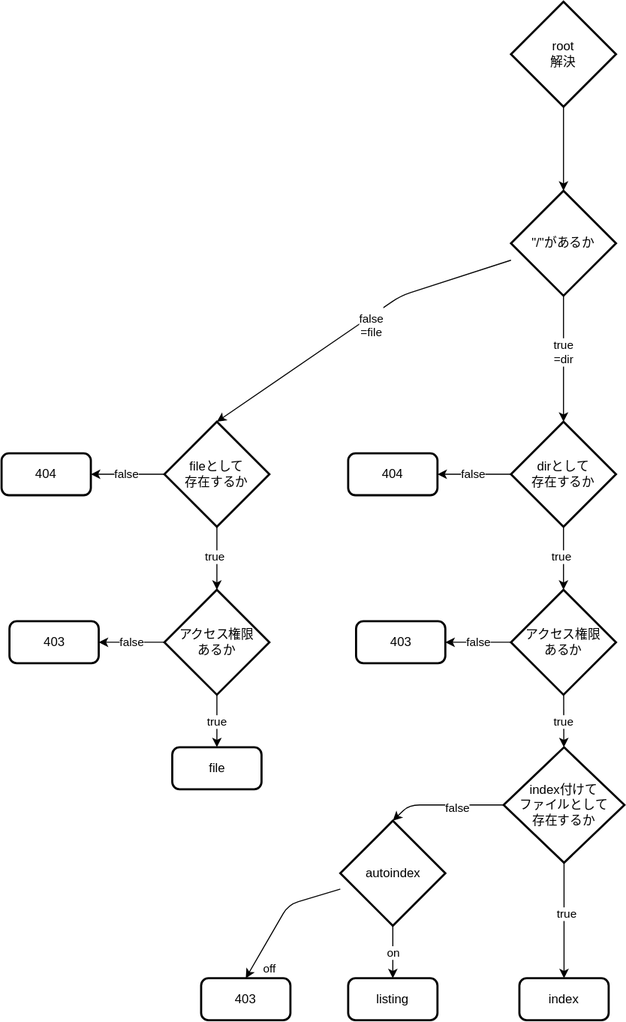
kohkubo/webserv keeps this draw.io diagram as drawing/autoindex.drawio.svg. Above is the earlier version. Source tidied: cells renumbered, new cells last; positions are measured from the earlier drawing's top-left corner, leaving out a move shared by most shapes. Its diagram source:
```xml
<mxGraphModel>
  <root>
    <mxCell id="0" />
    <mxCell id="1" parent="0" />
    <mxCell id="2" style="edgeStyle=none;html=1;entryX=0.5;entryY=0;entryDx=0;entryDy=0;entryPerimeter=0;" parent="1" edge="1" source="6" target="24">
      <mxGeometry relative="1" as="geometry" />
    </mxCell>
    <mxCell id="3" value="true&lt;br&gt;=dir" style="edgeLabel;html=1;align=center;verticalAlign=middle;" parent="2" vertex="1">
      <mxGeometry x="-0.12" y="-1" relative="1" as="geometry" />
    </mxCell>
    <mxCell id="4" style="edgeStyle=none;html=1;entryX=0.5;entryY=0;entryDx=0;entryDy=0;entryPerimeter=0;" parent="1" edge="1" source="6" target="34">
      <mxGeometry relative="1" as="geometry">
        <Array as="points">
          <mxPoint x="380" y="280" />
        </Array>
      </mxGeometry>
    </mxCell>
    <mxCell id="5" value="&lt;br&gt;false&lt;br&gt;=file" style="edgeLabel;html=1;align=center;verticalAlign=middle;" parent="4" vertex="1">
      <mxGeometry x="-0.1" y="1" relative="1" as="geometry" />
    </mxCell>
    <mxCell id="6" value="&quot;/&quot;があるか" style="strokeWidth=2;html=1;shape=mxgraph.flowchart.decision;whiteSpace=wrap;" parent="1" vertex="1">
      <mxGeometry x="485" y="180" width="100" height="100" as="geometry" />
    </mxCell>
    <mxCell id="7" style="edgeStyle=none;html=1;entryX=0.5;entryY=0;entryDx=0;entryDy=0;entryPerimeter=0;exitX=0;exitY=0.5;exitDx=0;exitDy=0;exitPerimeter=0;" parent="1" edge="1" source="11" target="15">
      <mxGeometry relative="1" as="geometry">
        <Array as="points">
          <mxPoint x="388" y="765" />
        </Array>
      </mxGeometry>
    </mxCell>
    <mxCell id="8" value="false" style="edgeLabel;html=1;align=center;verticalAlign=middle;" parent="7" vertex="1">
      <mxGeometry x="-0.21" y="2" relative="1" as="geometry" />
    </mxCell>
    <mxCell id="9" style="edgeStyle=none;html=1;entryX=0.5;entryY=0;entryDx=0;entryDy=0;" parent="1" edge="1" source="11" target="18">
      <mxGeometry relative="1" as="geometry" />
    </mxCell>
    <mxCell id="10" value="true" style="edgeLabel;html=1;align=center;verticalAlign=middle;" parent="9" vertex="1">
      <mxGeometry x="-0.11" y="2" relative="1" as="geometry" />
    </mxCell>
    <mxCell id="11" value="index付けて&lt;br&gt;ファイルとして&lt;br&gt;存在するか" style="strokeWidth=2;html=1;shape=mxgraph.flowchart.decision;whiteSpace=wrap;" parent="1" vertex="1">
      <mxGeometry x="478" y="710" width="115" height="110" as="geometry" />
    </mxCell>
    <mxCell id="12" value="on" style="edgeStyle=none;html=1;entryX=0.5;entryY=0;entryDx=0;entryDy=0;" parent="1" edge="1" source="15" target="16">
      <mxGeometry relative="1" as="geometry" />
    </mxCell>
    <mxCell id="13" style="edgeStyle=none;html=1;entryX=0.5;entryY=0;entryDx=0;entryDy=0;" parent="1" edge="1" source="15" target="17">
      <mxGeometry relative="1" as="geometry">
        <Array as="points">
          <mxPoint x="273" y="860" />
        </Array>
      </mxGeometry>
    </mxCell>
    <mxCell id="14" value="off" style="edgeLabel;html=1;align=center;verticalAlign=middle;" parent="13" vertex="1">
      <mxGeometry x="0.36" relative="1" as="geometry">
        <mxPoint y="27" as="offset" />
      </mxGeometry>
    </mxCell>
    <mxCell id="15" value="autoindex" style="strokeWidth=2;html=1;shape=mxgraph.flowchart.decision;whiteSpace=wrap;" parent="1" vertex="1">
      <mxGeometry x="322.5" y="780" width="100" height="100" as="geometry" />
    </mxCell>
    <mxCell id="16" value="listing" style="rounded=1;whiteSpace=wrap;html=1;absoluteArcSize=1;arcSize=14;strokeWidth=2;" parent="1" vertex="1">
      <mxGeometry x="330" y="930" width="85" height="40" as="geometry" />
    </mxCell>
    <mxCell id="17" value="403" style="rounded=1;whiteSpace=wrap;html=1;absoluteArcSize=1;arcSize=14;strokeWidth=2;" parent="1" vertex="1">
      <mxGeometry x="190" y="930" width="85" height="40" as="geometry" />
    </mxCell>
    <mxCell id="18" value="index" style="rounded=1;whiteSpace=wrap;html=1;absoluteArcSize=1;arcSize=14;strokeWidth=2;" parent="1" vertex="1">
      <mxGeometry x="493" y="930" width="85" height="40" as="geometry" />
    </mxCell>
    <mxCell id="19" style="edgeStyle=none;html=1;entryX=0.5;entryY=0;entryDx=0;entryDy=0;entryPerimeter=0;" parent="1" edge="1" source="20" target="6">
      <mxGeometry relative="1" as="geometry" />
    </mxCell>
    <mxCell id="20" value="root&lt;br&gt;解決" style="strokeWidth=2;html=1;shape=mxgraph.flowchart.decision;whiteSpace=wrap;" parent="1" vertex="1">
      <mxGeometry x="485" width="100" height="100" as="geometry" />
    </mxCell>
    <mxCell id="21" style="edgeStyle=none;html=1;entryX=0.5;entryY=0;entryDx=0;entryDy=0;entryPerimeter=0;" parent="1" edge="1" source="24" target="29">
      <mxGeometry relative="1" as="geometry" />
    </mxCell>
    <mxCell id="22" value="true" style="edgeLabel;html=1;align=center;verticalAlign=middle;" parent="21" vertex="1">
      <mxGeometry x="-0.12" y="-3" relative="1" as="geometry">
        <mxPoint y="1" as="offset" />
      </mxGeometry>
    </mxCell>
    <mxCell id="23" value="false" style="edgeStyle=none;html=1;" parent="1" edge="1" source="24" target="25">
      <mxGeometry relative="1" as="geometry" />
    </mxCell>
    <mxCell id="24" value="dirとして&lt;br&gt;存在するか" style="strokeWidth=2;html=1;shape=mxgraph.flowchart.decision;whiteSpace=wrap;" parent="1" vertex="1">
      <mxGeometry x="485" y="400" width="100" height="100" as="geometry" />
    </mxCell>
    <mxCell id="25" value="404" style="rounded=1;whiteSpace=wrap;html=1;absoluteArcSize=1;arcSize=14;strokeWidth=2;" parent="1" vertex="1">
      <mxGeometry x="330" y="430" width="85" height="40" as="geometry" />
    </mxCell>
    <mxCell id="26" style="edgeStyle=none;html=1;" parent="1" edge="1" source="29" target="11">
      <mxGeometry relative="1" as="geometry" />
    </mxCell>
    <mxCell id="27" value="true" style="edgeLabel;html=1;align=center;verticalAlign=middle;" parent="26" vertex="1">
      <mxGeometry y="-1" relative="1" as="geometry" />
    </mxCell>
    <mxCell id="28" value="false" style="edgeStyle=none;html=1;entryX=1;entryY=0.5;entryDx=0;entryDy=0;" parent="1" edge="1" source="29" target="30">
      <mxGeometry relative="1" as="geometry" />
    </mxCell>
    <mxCell id="29" value="アクセス権限&lt;br&gt;あるか" style="strokeWidth=2;html=1;shape=mxgraph.flowchart.decision;whiteSpace=wrap;" parent="1" vertex="1">
      <mxGeometry x="485" y="560" width="100" height="100" as="geometry" />
    </mxCell>
    <mxCell id="30" value="403" style="rounded=1;whiteSpace=wrap;html=1;absoluteArcSize=1;arcSize=14;strokeWidth=2;" parent="1" vertex="1">
      <mxGeometry x="337.5" y="590" width="85" height="40" as="geometry" />
    </mxCell>
    <mxCell id="31" style="edgeStyle=none;html=1;entryX=0.5;entryY=0;entryDx=0;entryDy=0;entryPerimeter=0;" parent="1" edge="1" source="34" target="39">
      <mxGeometry relative="1" as="geometry" />
    </mxCell>
    <mxCell id="32" value="true" style="edgeLabel;html=1;align=center;verticalAlign=middle;" parent="31" vertex="1">
      <mxGeometry x="-0.12" y="-3" relative="1" as="geometry">
        <mxPoint y="1" as="offset" />
      </mxGeometry>
    </mxCell>
    <mxCell id="33" value="false" style="edgeStyle=none;html=1;" parent="1" edge="1" source="34" target="35">
      <mxGeometry relative="1" as="geometry" />
    </mxCell>
    <mxCell id="34" value="fileとして&lt;br&gt;存在するか" style="strokeWidth=2;html=1;shape=mxgraph.flowchart.decision;whiteSpace=wrap;" parent="1" vertex="1">
      <mxGeometry x="155" y="400" width="100" height="100" as="geometry" />
    </mxCell>
    <mxCell id="35" value="404" style="rounded=1;whiteSpace=wrap;html=1;absoluteArcSize=1;arcSize=14;strokeWidth=2;" parent="1" vertex="1">
      <mxGeometry y="430" width="85" height="40" as="geometry" />
    </mxCell>
    <mxCell id="36" style="edgeStyle=none;html=1;" parent="1" edge="1" source="39">
      <mxGeometry relative="1" as="geometry">
        <mxPoint x="205" y="710" as="targetPoint" />
      </mxGeometry>
    </mxCell>
    <mxCell id="37" value="true" style="edgeLabel;html=1;align=center;verticalAlign=middle;" parent="36" vertex="1">
      <mxGeometry y="-1" relative="1" as="geometry" />
    </mxCell>
    <mxCell id="38" value="false" style="edgeStyle=none;html=1;entryX=1;entryY=0.5;entryDx=0;entryDy=0;" parent="1" edge="1" source="39" target="40">
      <mxGeometry relative="1" as="geometry" />
    </mxCell>
    <mxCell id="39" value="アクセス権限&lt;br&gt;あるか" style="strokeWidth=2;html=1;shape=mxgraph.flowchart.decision;whiteSpace=wrap;" parent="1" vertex="1">
      <mxGeometry x="155" y="560" width="100" height="100" as="geometry" />
    </mxCell>
    <mxCell id="40" value="403" style="rounded=1;whiteSpace=wrap;html=1;absoluteArcSize=1;arcSize=14;strokeWidth=2;" parent="1" vertex="1">
      <mxGeometry x="7.5" y="590" width="85" height="40" as="geometry" />
    </mxCell>
    <mxCell id="41" value="file" style="rounded=1;whiteSpace=wrap;html=1;absoluteArcSize=1;arcSize=14;strokeWidth=2;" parent="1" vertex="1">
      <mxGeometry x="162.5" y="710" width="85" height="40" as="geometry" />
    </mxCell>
  </root>
</mxGraphModel>
```
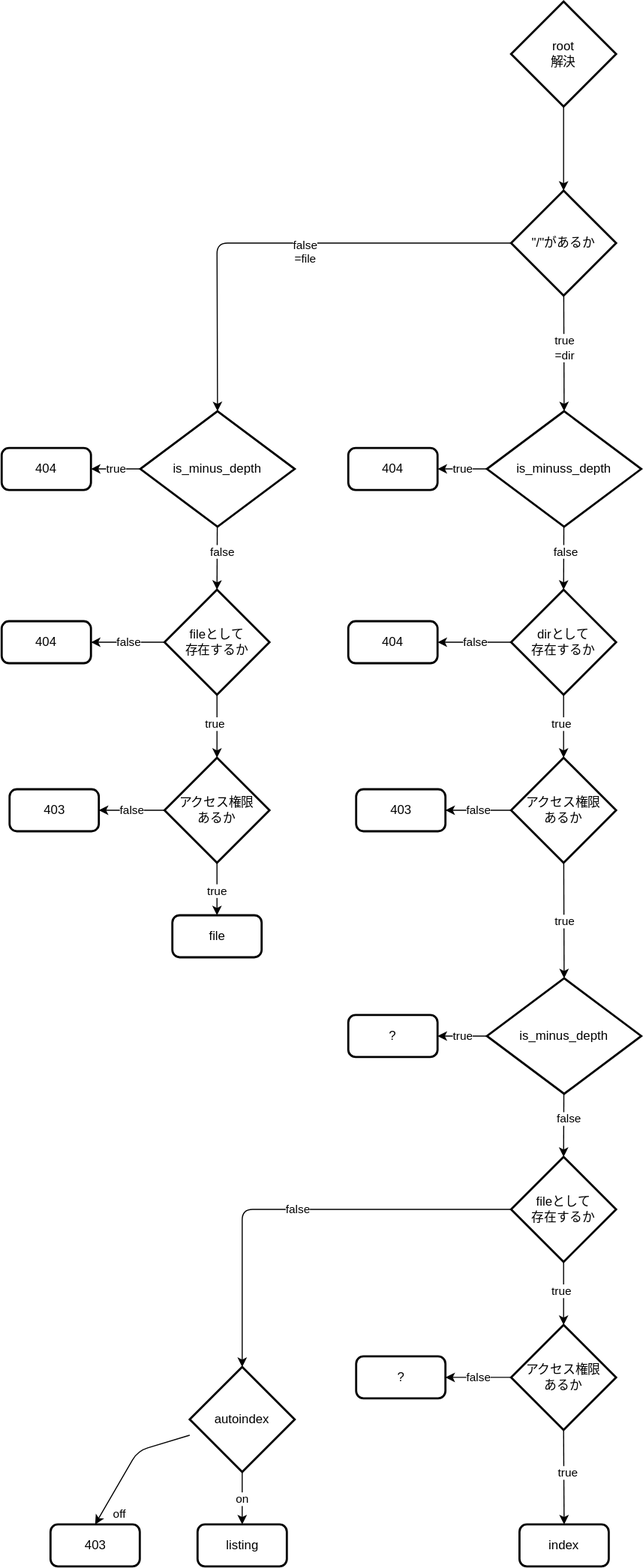
Later version of the same file.

Commit message:
is_minus_depth追加

The edit, as a diff of the source:
```diff
@@ -2,16 +2,16 @@
   <root>
     <mxCell id="0" />
     <mxCell id="1" parent="0" />
-    <mxCell id="2" style="edgeStyle=none;html=1;entryX=0.5;entryY=0;entryDx=0;entryDy=0;entryPerimeter=0;" parent="1" edge="1" source="6" target="24">
+    <mxCell id="2" style="edgeStyle=none;html=1;entryX=0.5;entryY=0;entryDx=0;entryDy=0;entryPerimeter=0;" parent="1" edge="1" source="6" target="45">
       <mxGeometry relative="1" as="geometry" />
     </mxCell>
     <mxCell id="3" value="true&lt;br&gt;=dir" style="edgeLabel;html=1;align=center;verticalAlign=middle;" parent="2" vertex="1">
       <mxGeometry x="-0.12" y="-1" relative="1" as="geometry" />
     </mxCell>
-    <mxCell id="4" style="edgeStyle=none;html=1;entryX=0.5;entryY=0;entryDx=0;entryDy=0;entryPerimeter=0;" parent="1" edge="1" source="6" target="34">
+    <mxCell id="4" style="edgeStyle=none;html=1;entryX=0.5;entryY=0;entryDx=0;entryDy=0;entryPerimeter=0;" parent="1" edge="1" source="6" target="50">
       <mxGeometry relative="1" as="geometry">
         <Array as="points">
-          <mxPoint x="380" y="280" />
+          <mxPoint x="205" y="70" />
         </Array>
       </mxGeometry>
     </mxCell>
@@ -19,34 +19,21 @@
       <mxGeometry x="-0.1" y="1" relative="1" as="geometry" />
     </mxCell>
     <mxCell id="6" value="&quot;/&quot;があるか" style="strokeWidth=2;html=1;shape=mxgraph.flowchart.decision;whiteSpace=wrap;" parent="1" vertex="1">
-      <mxGeometry x="485" y="180" width="100" height="100" as="geometry" />
+      <mxGeometry x="485" y="20" width="100" height="100" as="geometry" />
     </mxCell>
-    <mxCell id="7" style="edgeStyle=none;html=1;entryX=0.5;entryY=0;entryDx=0;entryDy=0;entryPerimeter=0;exitX=0;exitY=0.5;exitDx=0;exitDy=0;exitPerimeter=0;" parent="1" edge="1" source="11" target="15">
-      <mxGeometry relative="1" as="geometry">
-        <Array as="points">
-          <mxPoint x="388" y="765" />
-        </Array>
-      </mxGeometry>
-    </mxCell>
-    <mxCell id="8" value="false" style="edgeLabel;html=1;align=center;verticalAlign=middle;" parent="7" vertex="1">
-      <mxGeometry x="-0.21" y="2" relative="1" as="geometry" />
-    </mxCell>
-    <mxCell id="9" style="edgeStyle=none;html=1;entryX=0.5;entryY=0;entryDx=0;entryDy=0;" parent="1" edge="1" source="11" target="18">
+    <mxCell id="9" style="edgeStyle=none;html=1;entryX=0.5;entryY=0;entryDx=0;entryDy=0;exitX=0.5;exitY=1;exitDx=0;exitDy=0;exitPerimeter=0;" parent="1" edge="1" source="57" target="18">
       <mxGeometry relative="1" as="geometry" />
     </mxCell>
     <mxCell id="10" value="true" style="edgeLabel;html=1;align=center;verticalAlign=middle;" parent="9" vertex="1">
       <mxGeometry x="-0.11" y="2" relative="1" as="geometry" />
     </mxCell>
-    <mxCell id="11" value="index付けて&lt;br&gt;ファイルとして&lt;br&gt;存在するか" style="strokeWidth=2;html=1;shape=mxgraph.flowchart.decision;whiteSpace=wrap;" parent="1" vertex="1">
-      <mxGeometry x="478" y="710" width="115" height="110" as="geometry" />
-    </mxCell>
     <mxCell id="12" value="on" style="edgeStyle=none;html=1;entryX=0.5;entryY=0;entryDx=0;entryDy=0;" parent="1" edge="1" source="15" target="16">
       <mxGeometry relative="1" as="geometry" />
     </mxCell>
     <mxCell id="13" style="edgeStyle=none;html=1;entryX=0.5;entryY=0;entryDx=0;entryDy=0;" parent="1" edge="1" source="15" target="17">
       <mxGeometry relative="1" as="geometry">
         <Array as="points">
-          <mxPoint x="273" y="860" />
+          <mxPoint x="129.5" y="1220" />
         </Array>
       </mxGeometry>
     </mxCell>
@@ -56,22 +43,22 @@
       </mxGeometry>
     </mxCell>
     <mxCell id="15" value="autoindex" style="strokeWidth=2;html=1;shape=mxgraph.flowchart.decision;whiteSpace=wrap;" parent="1" vertex="1">
-      <mxGeometry x="322.5" y="780" width="100" height="100" as="geometry" />
+      <mxGeometry x="179" y="1140" width="100" height="100" as="geometry" />
     </mxCell>
     <mxCell id="16" value="listing" style="rounded=1;whiteSpace=wrap;html=1;absoluteArcSize=1;arcSize=14;strokeWidth=2;" parent="1" vertex="1">
-      <mxGeometry x="330" y="930" width="85" height="40" as="geometry" />
+      <mxGeometry x="186.5" y="1290" width="85" height="40" as="geometry" />
     </mxCell>
     <mxCell id="17" value="403" style="rounded=1;whiteSpace=wrap;html=1;absoluteArcSize=1;arcSize=14;strokeWidth=2;" parent="1" vertex="1">
-      <mxGeometry x="190" y="930" width="85" height="40" as="geometry" />
+      <mxGeometry x="46.5" y="1290" width="85" height="40" as="geometry" />
     </mxCell>
     <mxCell id="18" value="index" style="rounded=1;whiteSpace=wrap;html=1;absoluteArcSize=1;arcSize=14;strokeWidth=2;" parent="1" vertex="1">
-      <mxGeometry x="493" y="930" width="85" height="40" as="geometry" />
+      <mxGeometry x="493" y="1290" width="85" height="40" as="geometry" />
     </mxCell>
     <mxCell id="19" style="edgeStyle=none;html=1;entryX=0.5;entryY=0;entryDx=0;entryDy=0;entryPerimeter=0;" parent="1" edge="1" source="20" target="6">
       <mxGeometry relative="1" as="geometry" />
     </mxCell>
     <mxCell id="20" value="root&lt;br&gt;解決" style="strokeWidth=2;html=1;shape=mxgraph.flowchart.decision;whiteSpace=wrap;" parent="1" vertex="1">
-      <mxGeometry x="485" width="100" height="100" as="geometry" />
+      <mxGeometry x="485" y="-160" width="100" height="100" as="geometry" />
     </mxCell>
     <mxCell id="21" style="edgeStyle=none;html=1;entryX=0.5;entryY=0;entryDx=0;entryDy=0;entryPerimeter=0;" parent="1" edge="1" source="24" target="29">
       <mxGeometry relative="1" as="geometry" />
@@ -90,7 +77,7 @@
     <mxCell id="25" value="404" style="rounded=1;whiteSpace=wrap;html=1;absoluteArcSize=1;arcSize=14;strokeWidth=2;" parent="1" vertex="1">
       <mxGeometry x="330" y="430" width="85" height="40" as="geometry" />
     </mxCell>
-    <mxCell id="26" style="edgeStyle=none;html=1;" parent="1" edge="1" source="29" target="11">
+    <mxCell id="26" style="edgeStyle=none;html=1;entryX=0.5;entryY=0;entryDx=0;entryDy=0;entryPerimeter=0;" parent="1" edge="1" source="29" target="62">
       <mxGeometry relative="1" as="geometry" />
     </mxCell>
     <mxCell id="27" value="true" style="edgeLabel;html=1;align=center;verticalAlign=middle;" parent="26" vertex="1">
@@ -142,5 +129,77 @@
     <mxCell id="41" value="file" style="rounded=1;whiteSpace=wrap;html=1;absoluteArcSize=1;arcSize=14;strokeWidth=2;" parent="1" vertex="1">
       <mxGeometry x="162.5" y="710" width="85" height="40" as="geometry" />
     </mxCell>
+    <mxCell id="42" style="edgeStyle=none;html=1;entryX=0.5;entryY=0;entryDx=0;entryDy=0;entryPerimeter=0;" parent="1" edge="1" source="45" target="24">
+      <mxGeometry relative="1" as="geometry" />
+    </mxCell>
+    <mxCell id="43" value="false" style="edgeLabel;html=1;align=center;verticalAlign=middle;" parent="42" vertex="1">
+      <mxGeometry x="-0.23" relative="1" as="geometry" />
+    </mxCell>
+    <mxCell id="44" value="true" style="edgeStyle=none;html=1;entryX=1;entryY=0.5;entryDx=0;entryDy=0;" parent="1" edge="1" source="45" target="46">
+      <mxGeometry relative="1" as="geometry" />
+    </mxCell>
+    <mxCell id="45" value="is_minuss_depth" style="strokeWidth=2;html=1;shape=mxgraph.flowchart.decision;whiteSpace=wrap;" parent="1" vertex="1">
+      <mxGeometry x="462" y="230" width="147" height="110" as="geometry" />
+    </mxCell>
+    <mxCell id="46" value="404" style="rounded=1;whiteSpace=wrap;html=1;absoluteArcSize=1;arcSize=14;strokeWidth=2;" parent="1" vertex="1">
+      <mxGeometry x="330" y="265" width="85" height="40" as="geometry" />
+    </mxCell>
+    <mxCell id="47" value="true" style="edgeStyle=none;html=1;entryX=1;entryY=0.5;entryDx=0;entryDy=0;" parent="1" edge="1" source="50" target="51">
+      <mxGeometry relative="1" as="geometry" />
+    </mxCell>
+    <mxCell id="48" style="edgeStyle=none;html=1;entryX=0.5;entryY=0;entryDx=0;entryDy=0;entryPerimeter=0;" parent="1" edge="1" source="50" target="34">
+      <mxGeometry relative="1" as="geometry" />
+    </mxCell>
+    <mxCell id="49" value="false" style="edgeLabel;html=1;align=center;verticalAlign=middle;" parent="48" vertex="1">
+      <mxGeometry x="-0.24" y="3" relative="1" as="geometry" />
+    </mxCell>
+    <mxCell id="50" value="is_minus_depth" style="strokeWidth=2;html=1;shape=mxgraph.flowchart.decision;whiteSpace=wrap;" parent="1" vertex="1">
+      <mxGeometry x="132" y="230" width="147" height="110" as="geometry" />
+    </mxCell>
+    <mxCell id="51" value="404" style="rounded=1;whiteSpace=wrap;html=1;absoluteArcSize=1;arcSize=14;strokeWidth=2;" parent="1" vertex="1">
+      <mxGeometry y="265" width="85" height="40" as="geometry" />
+    </mxCell>
+    <mxCell id="52" style="edgeStyle=none;html=1;entryX=0.5;entryY=0;entryDx=0;entryDy=0;entryPerimeter=0;" parent="1" edge="1" source="55" target="57">
+      <mxGeometry relative="1" as="geometry" />
+    </mxCell>
+    <mxCell id="53" value="true" style="edgeLabel;html=1;align=center;verticalAlign=middle;" parent="52" vertex="1">
+      <mxGeometry x="-0.12" y="-3" relative="1" as="geometry">
+        <mxPoint y="1" as="offset" />
+      </mxGeometry>
+    </mxCell>
+    <mxCell id="54" value="false" style="edgeStyle=none;html=1;entryX=0.5;entryY=0;entryDx=0;entryDy=0;entryPerimeter=0;" parent="1" edge="1" source="55" target="15">
+      <mxGeometry relative="1" as="geometry">
+        <Array as="points">
+          <mxPoint x="229" y="990" />
+        </Array>
+      </mxGeometry>
+    </mxCell>
+    <mxCell id="55" value="fileとして&lt;br&gt;存在するか" style="strokeWidth=2;html=1;shape=mxgraph.flowchart.decision;whiteSpace=wrap;" parent="1" vertex="1">
+      <mxGeometry x="485" y="940" width="100" height="100" as="geometry" />
+    </mxCell>
+    <mxCell id="56" value="false" style="edgeStyle=none;html=1;entryX=1;entryY=0.5;entryDx=0;entryDy=0;" parent="1" edge="1" source="57" target="58">
+      <mxGeometry relative="1" as="geometry" />
+    </mxCell>
+    <mxCell id="57" value="アクセス権限&lt;br&gt;あるか" style="strokeWidth=2;html=1;shape=mxgraph.flowchart.decision;whiteSpace=wrap;" parent="1" vertex="1">
+      <mxGeometry x="485" y="1100" width="100" height="100" as="geometry" />
+    </mxCell>
+    <mxCell id="58" value="?" style="rounded=1;whiteSpace=wrap;html=1;absoluteArcSize=1;arcSize=14;strokeWidth=2;" parent="1" vertex="1">
+      <mxGeometry x="337.5" y="1130" width="85" height="40" as="geometry" />
+    </mxCell>
+    <mxCell id="59" value="true" style="edgeStyle=none;html=1;entryX=1;entryY=0.5;entryDx=0;entryDy=0;" parent="1" edge="1" source="62" target="63">
+      <mxGeometry relative="1" as="geometry" />
+    </mxCell>
+    <mxCell id="60" style="edgeStyle=none;html=1;entryX=0.5;entryY=0;entryDx=0;entryDy=0;entryPerimeter=0;" parent="1" edge="1" source="62" target="55">
+      <mxGeometry relative="1" as="geometry" />
+    </mxCell>
+    <mxCell id="61" value="false" style="edgeLabel;html=1;align=center;verticalAlign=middle;" parent="60" vertex="1">
+      <mxGeometry x="-0.24" y="3" relative="1" as="geometry" />
+    </mxCell>
+    <mxCell id="62" value="is_minus_depth" style="strokeWidth=2;html=1;shape=mxgraph.flowchart.decision;whiteSpace=wrap;" parent="1" vertex="1">
+      <mxGeometry x="462" y="770" width="147" height="110" as="geometry" />
+    </mxCell>
+    <mxCell id="63" value="?" style="rounded=1;whiteSpace=wrap;html=1;absoluteArcSize=1;arcSize=14;strokeWidth=2;" parent="1" vertex="1">
+      <mxGeometry x="330" y="805" width="85" height="40" as="geometry" />
+    </mxCell>
   </root>
 </mxGraphModel>
```
